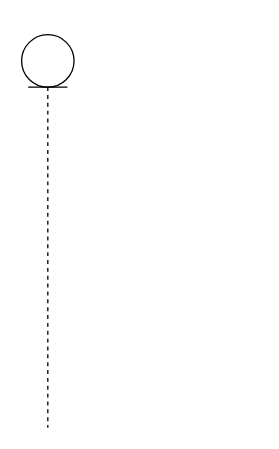
This is page "时序图" (2 of 3) of mybatis/doc/MybatisPlugsIntercepter.drawio from JL-Code/thinking-in-java, a draw.io file, before an edit. Source tidied: cells renumbered, new cells numbered last; positions are measured from the earlier drawing's top-left corner, leaving out a move shared by most shapes. Both pictures are drawn from the tidied source at 131%, with x=0, y=0 at pixel (21, 34).
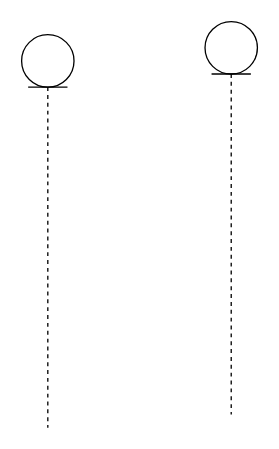
The same page after the edit.

Change to the diagram source:
```diff
@@
 <mxGraphModel>
   <root>
     <mxCell id="0" />
     <mxCell id="1" parent="0" />
     <mxCell id="2" style="shape=umlLifeline;participant=umlEntity;perimeter=lifelinePerimeter;whiteSpace=wrap;html=1;verticalAlign=top;spacingTop=36;" parent="1" vertex="1">
       <mxGeometry width="40" height="300" as="geometry" />
     </mxCell>
+    <mxCell id="3" style="shape=umlLifeline;participant=umlEntity;perimeter=lifelinePerimeter;whiteSpace=wrap;html=1;verticalAlign=top;spacingTop=36;" parent="1" vertex="1">
+      <mxGeometry x="140" y="-10" width="40" height="300" as="geometry" />
+    </mxCell>
   </root>
 </mxGraphModel>
```
